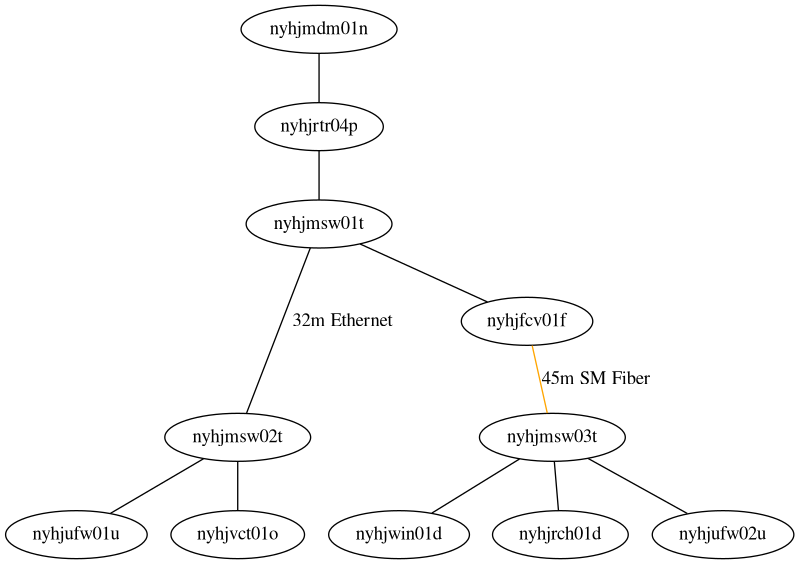
The Graphviz diagram nyhj/network.png in jrddunbr/sysconfig, before a commit. Its source is kept beside it as nyhj/network.dot. The source it was exported from:
```dot
graph {
    nyhjmdm01n
    nyhjrtr04p
    nyhjmsw01t
    subgraph switches {
        rank="same"
        nyhjmsw02t
        nyhjmsw03t
    }
    nyhjfcv01f
    nyhjwin01d
    nyhjrch01d
    nyhjufw01u
    nyhjufw02u
    nyhjvct01o

    nyhjmdm01n -- nyhjrtr04p
    nyhjrtr04p -- nyhjmsw01t
    nyhjmsw01t -- nyhjfcv01f
    nyhjmsw01t -- nyhjmsw02t [label="32m Ethernet"]
    nyhjfcv01f -- nyhjmsw03t [color="orange", label="45m SM Fiber"]
    nyhjmsw02t -- nyhjufw01u
    nyhjmsw02t -- nyhjvct01o
    nyhjmsw03t -- nyhjufw02u
    nyhjmsw03t -- nyhjwin01d
    nyhjmsw03t -- nyhjrch01d
}
```
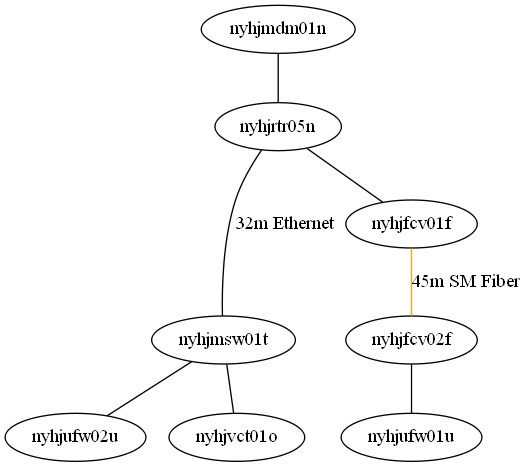
The same diagram one commit later.

Change to the diagram source:
```diff
@@ -1,27 +1,24 @@
 graph {
     nyhjmdm01n
-    nyhjrtr04p
+    nyhjrtr05n
     nyhjmsw01t
-    subgraph switches {
-        rank="same"
-        nyhjmsw02t
-        nyhjmsw03t
-    }
     nyhjfcv01f
-    nyhjwin01d
-    nyhjrch01d
+    nyhjfcv02f
     nyhjufw01u
     nyhjufw02u
     nyhjvct01o
 
-    nyhjmdm01n -- nyhjrtr04p
-    nyhjrtr04p -- nyhjmsw01t
-    nyhjmsw01t -- nyhjfcv01f
-    nyhjmsw01t -- nyhjmsw02t [label="32m Ethernet"]
-    nyhjfcv01f -- nyhjmsw03t [color="orange", label="45m SM Fiber"]
-    nyhjmsw02t -- nyhjufw01u
-    nyhjmsw02t -- nyhjvct01o
-    nyhjmsw03t -- nyhjufw02u
-    nyhjmsw03t -- nyhjwin01d
-    nyhjmsw03t -- nyhjrch01d
+    subgraph endpoints {
+        rank=same
+        nyhjfcv02f
+        nyhjmsw01t
+    }
+
+    nyhjmdm01n -- nyhjrtr05n
+    nyhjrtr05n -- nyhjfcv01f
+    nyhjrtr05n -- nyhjmsw01t [label="32m Ethernet"]
+    nyhjfcv01f -- nyhjfcv02f [color="orange", label="45m SM Fiber"]
+    nyhjfcv02f -- nyhjufw01u
+    nyhjmsw01t -- nyhjvct01o
+    nyhjmsw01t -- nyhjufw02u
 }
```
